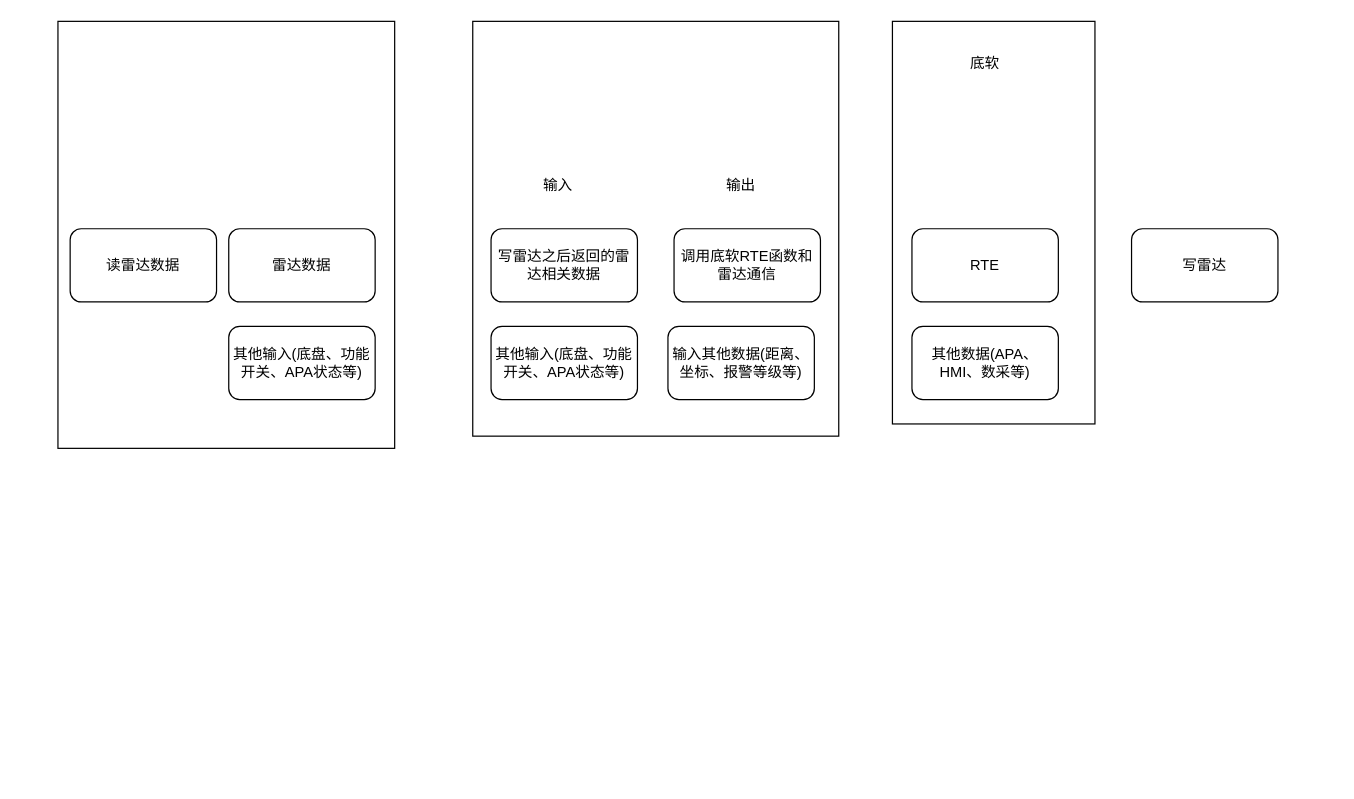
The draw.io diagram page "第 9 页" (6 of 6) of YDU2.0/YDU2.0算法架构.drawio in bugquella/diagrams, before the edit. Source tidied: cells renumbered, new cells numbered last; positions are measured from the earlier drawing's top-left corner, leaving out a move shared by most shapes. Both pictures are drawn from the tidied source at 122%, with x=0, y=0 at pixel (57, 21).
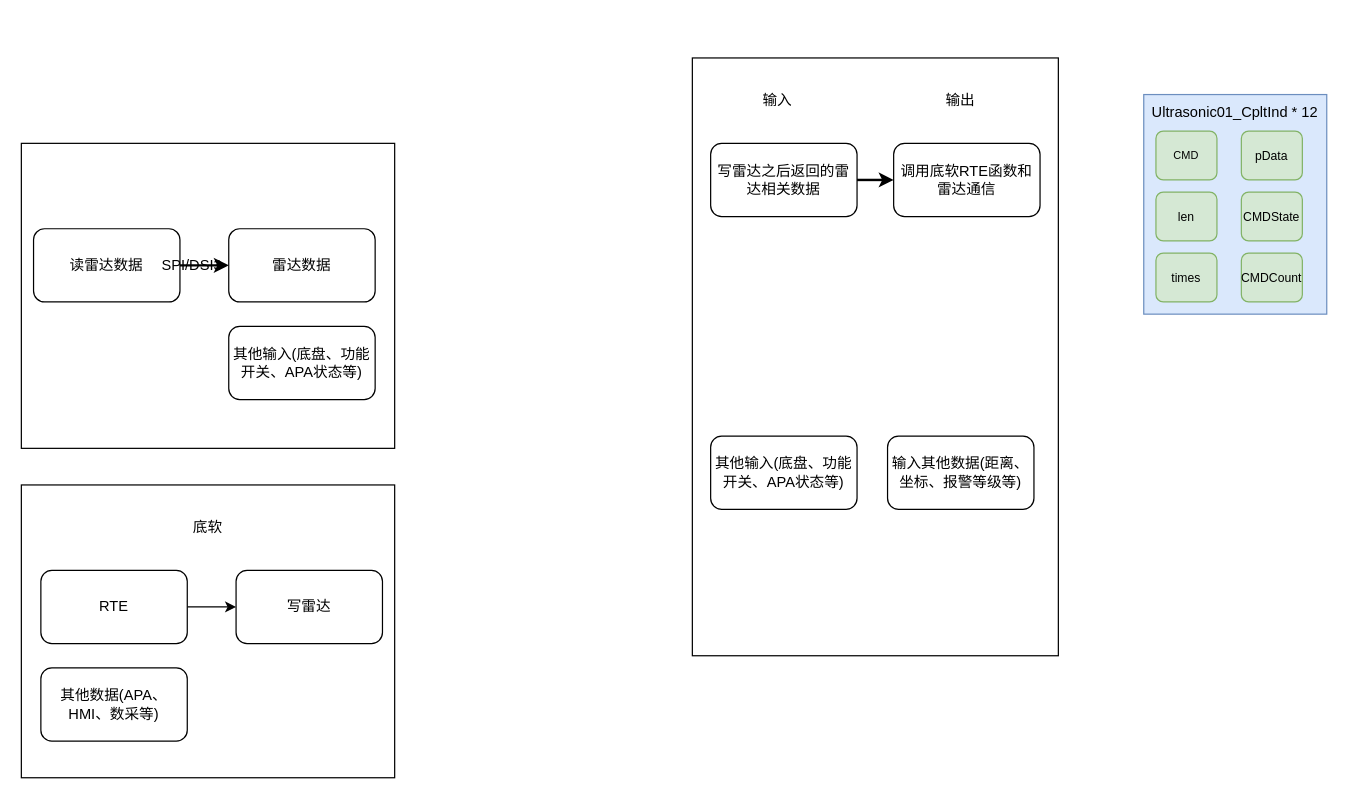
The same diagram, later.

Commit message:
更新YDU2.0算法架构.drawio

The change refers to these unchanged cells:
```xml
<mxCell id="13" value="雷达数据" style="rounded=1;whiteSpace=wrap;html=1;" parent="1" vertex="1">
  <mxGeometry x="140" y="170" width="120" height="60" as="geometry" />
</mxCell>
```

What changed in the source:
```diff
@@
     <mxCell id="2" style="rounded=0;whiteSpace=wrap;html=1;" parent="1" vertex="1">
-      <mxGeometry width="276" height="350" as="geometry" />
+      <mxGeometry x="-30" y="100" width="306" height="250" as="geometry" />
     </mxCell>
     <mxCell id="3" style="rounded=0;whiteSpace=wrap;html=1;" parent="1" vertex="1">
-      <mxGeometry x="684" width="166" height="330" as="geometry" />
+      <mxGeometry x="-30" y="380" width="306" height="240" as="geometry" />
     </mxCell>
     <mxCell id="4" style="rounded=0;whiteSpace=wrap;html=1;" parent="1" vertex="1">
-      <mxGeometry x="500" y="110" width="130" height="220" as="geometry" />
+      <mxGeometry x="680" y="40" width="130" height="220" as="geometry" />
     </mxCell>
     <mxCell id="5" style="rounded=0;whiteSpace=wrap;html=1;" parent="1" vertex="1">
-      <mxGeometry x="350" y="110" width="130" height="220" as="geometry" />
+      <mxGeometry x="530" y="40" width="130" height="220" as="geometry" />
     </mxCell>
     <mxCell id="6" style="rounded=0;whiteSpace=wrap;html=1;" parent="1" vertex="1">
-      <mxGeometry x="340" width="300" height="340" as="geometry" />
+      <mxGeometry x="520" y="30" width="300" height="490" as="geometry" />
     </mxCell>
     <mxCell id="7" value="输入" style="text;html=1;strokeColor=none;fillColor=none;align=center;verticalAlign=middle;whiteSpace=wrap;rounded=0;" parent="1" vertex="1">
-      <mxGeometry x="380" y="120" width="60" height="30" as="geometry" />
+      <mxGeometry x="560" y="50" width="60" height="30" as="geometry" />
     </mxCell>
+    <mxCell id="20" style="edgeStyle=orthogonalEdgeStyle;rounded=0;jettySize=auto;html=1;" parent="1" edge="1" source="8" target="9">
+      <mxGeometry relative="1" as="geometry" />
+    </mxCell>
     <mxCell id="8" value="RTE" style="rounded=1;whiteSpace=wrap;html=1;" parent="1" vertex="1">
-      <mxGeometry x="700" y="170" width="120" height="60" as="geometry" />
+      <mxGeometry x="-14" y="450" width="120" height="60" as="geometry" />
     </mxCell>
     <mxCell id="9" value="写雷达" style="rounded=1;whiteSpace=wrap;html=1;" parent="1" vertex="1">
-      <mxGeometry x="880" y="170" width="120" height="60" as="geometry" />
+      <mxGeometry x="146" y="450" width="120" height="60" as="geometry" />
     </mxCell>
     <mxCell id="10" value="其他数据(APA、HMI、数采等)" style="rounded=1;whiteSpace=wrap;html=1;" parent="1" vertex="1">
-      <mxGeometry x="700" y="250" width="120" height="60" as="geometry" />
+      <mxGeometry x="-14" y="530" width="120" height="60" as="geometry" />
     </mxCell>
     <mxCell id="11" value="调用底软RTE函数和雷达通信" style="rounded=1;whiteSpace=wrap;html=1;" parent="1" vertex="1">
-      <mxGeometry x="505" y="170" width="120" height="60" as="geometry" />
+      <mxGeometry x="685" y="100" width="120" height="60" as="geometry" />
     </mxCell>
     <mxCell id="12" value="输入其他数据(距离、坐标、报警等级等)" style="rounded=1;whiteSpace=wrap;html=1;" parent="1" vertex="1">
-      <mxGeometry x="500" y="250" width="120" height="60" as="geometry" />
+      <mxGeometry x="680" y="340" width="120" height="60" as="geometry" />
     </mxCell>
@@
     <mxCell id="15" value="读雷达数据" style="rounded=1;whiteSpace=wrap;html=1;" parent="1" vertex="1">
-      <mxGeometry x="10" y="170" width="120" height="60" as="geometry" />
+      <mxGeometry x="-20" y="170" width="120" height="60" as="geometry" />
     </mxCell>
     <mxCell id="16" value="写雷达之后返回的雷达相关数据" style="rounded=1;whiteSpace=wrap;html=1;" parent="1" vertex="1">
-      <mxGeometry x="355" y="170" width="120" height="60" as="geometry" />
+      <mxGeometry x="535" y="100" width="120" height="60" as="geometry" />
     </mxCell>
     <mxCell id="17" value="其他输入(底盘、功能开关、APA状态等)" style="rounded=1;whiteSpace=wrap;html=1;" parent="1" vertex="1">
-      <mxGeometry x="355" y="250" width="120" height="60" as="geometry" />
+      <mxGeometry x="535" y="340" width="120" height="60" as="geometry" />
     </mxCell>
     <mxCell id="18" value="输出" style="text;html=1;strokeColor=none;fillColor=none;align=center;verticalAlign=middle;whiteSpace=wrap;rounded=0;" parent="1" vertex="1">
-      <mxGeometry x="530" y="120" width="60" height="30" as="geometry" />
+      <mxGeometry x="710" y="50" width="60" height="30" as="geometry" />
     </mxCell>
     <mxCell id="19" value="底软" style="text;html=1;strokeColor=none;fillColor=none;align=center;verticalAlign=middle;whiteSpace=wrap;rounded=0;" parent="1" vertex="1">
-      <mxGeometry x="730" y="20" width="60" height="30" as="geometry" />
+      <mxGeometry x="93" y="400" width="60" height="30" as="geometry" />
     </mxCell>
+    <mxCell id="21" style="endArrow=classic;html=1;rounded=0;exitX=1;exitY=0.5;exitDx=0;exitDy=0;strokeWidth=2;" parent="1" edge="1" source="16" target="11">
+      <mxGeometry relative="1" as="geometry" />
+    </mxCell>
+    <mxCell id="22" style="endArrow=classic;html=1;rounded=0;exitX=1;exitY=0.5;exitDx=0;exitDy=0;strokeWidth=2;entryX=0;entryY=0.5;entryDx=0;entryDy=0;" parent="1" edge="1" source="15" target="13">
+      <mxGeometry relative="1" as="geometry" />
+    </mxCell>
+    <mxCell id="23" value="SPI/DSI3" style="text;html=1;strokeColor=none;fillColor=none;align=center;verticalAlign=middle;whiteSpace=wrap;rounded=0;" parent="1" vertex="1">
+      <mxGeometry x="80" y="185" width="60" height="30" as="geometry" />
+    </mxCell>
+    <mxCell id="24" style="group;" parent="1" vertex="1">
+      <mxGeometry x="890" y="60" width="155" height="180" as="geometry" />
+    </mxCell>
+    <mxCell id="25" style="rounded=0;whiteSpace=wrap;html=1;fillColor=#dae8fc;strokeColor=#6c8ebf;" parent="24" vertex="1">
+      <mxGeometry width="150" height="180" as="geometry" />
+    </mxCell>
+    <mxCell id="26" value="CMD" style="rounded=1;whiteSpace=wrap;html=1;fontSize=9;fillColor=#d5e8d4;strokeColor=#82b366;" parent="24" vertex="1">
+      <mxGeometry x="10" y="30" width="50" height="40" as="geometry" />
+    </mxCell>
+    <mxCell id="27" value="pData" style="rounded=1;whiteSpace=wrap;html=1;fontSize=10;fillColor=#d5e8d4;strokeColor=#82b366;" parent="24" vertex="1">
+      <mxGeometry x="80" y="30" width="50" height="40" as="geometry" />
+    </mxCell>
+    <mxCell id="28" value="len" style="rounded=1;whiteSpace=wrap;html=1;fontSize=10;fillColor=#d5e8d4;strokeColor=#82b366;" parent="24" vertex="1">
+      <mxGeometry x="10" y="80" width="50" height="40" as="geometry" />
+    </mxCell>
+    <mxCell id="29" value="CMDState" style="rounded=1;whiteSpace=wrap;html=1;fontSize=10;fillColor=#d5e8d4;strokeColor=#82b366;" parent="24" vertex="1">
+      <mxGeometry x="80" y="80" width="50" height="40" as="geometry" />
+    </mxCell>
+    <mxCell id="30" value="times" style="rounded=1;whiteSpace=wrap;html=1;fontSize=10;fillColor=#d5e8d4;strokeColor=#82b366;" parent="24" vertex="1">
+      <mxGeometry x="10" y="130" width="50" height="40" as="geometry" />
+    </mxCell>
+    <mxCell id="31" value="CMDCount" style="rounded=1;whiteSpace=wrap;html=1;fontSize=10;fillColor=#d5e8d4;strokeColor=#82b366;" parent="24" vertex="1">
+      <mxGeometry x="80" y="130" width="50" height="40" as="geometry" />
+    </mxCell>
+    <mxCell id="32" value="Ultrasonic01_CpltInd * 12" style="text;html=1;strokeColor=none;fillColor=none;align=center;verticalAlign=middle;whiteSpace=wrap;rounded=0;" parent="24" vertex="1">
+      <mxGeometry x="-5" width="160" height="30" as="geometry" />
+    </mxCell>
```
